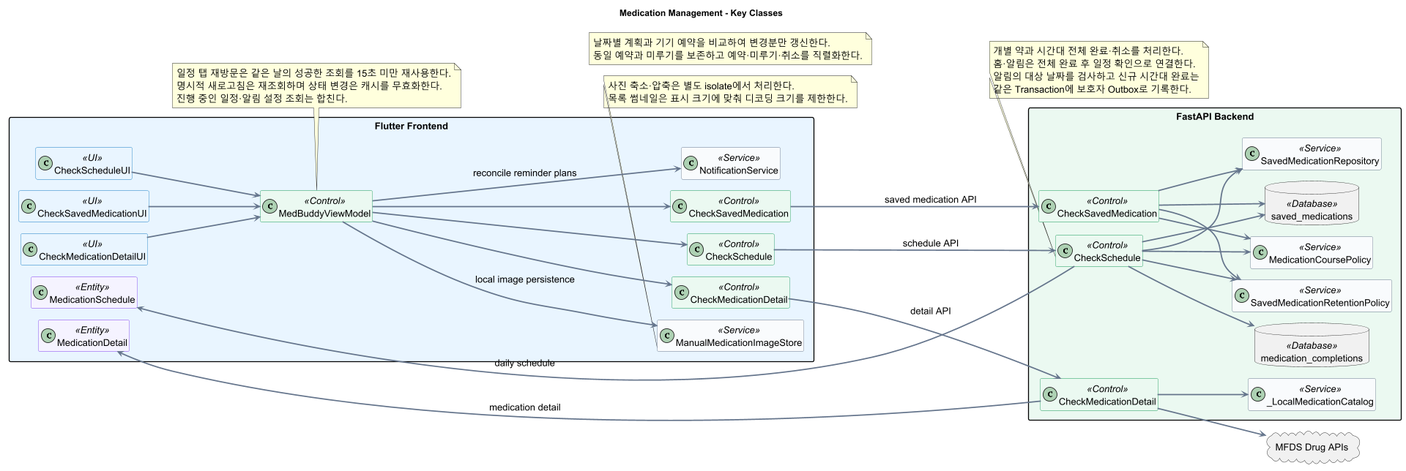
Above: docs/UML/class/03_MedicationManagement.png in 1window2/MedBuddy (PlantUML), before the change.
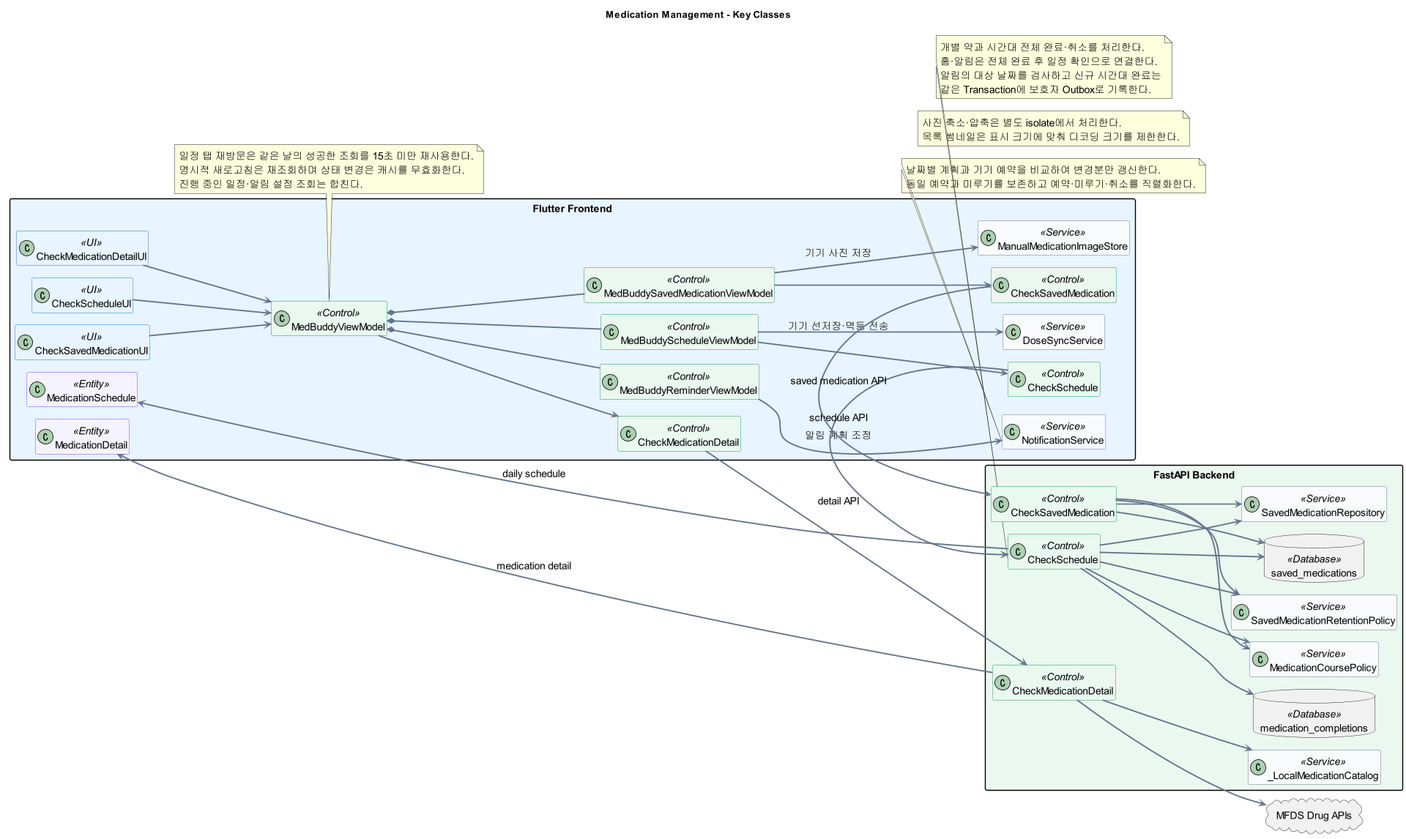
Above is the later version.

What changed in the source:
```diff
@@ -35,6 +35,10 @@
   class CheckSavedMedicationUI <<UI>>
   class CheckMedicationDetailUI <<UI>>
   class MedBuddyViewModel <<Control>>
+  class MedBuddyScheduleViewModel <<Control>>
+  class MedBuddySavedMedicationViewModel <<Control>>
+  class MedBuddyReminderViewModel <<Control>>
+  class DoseSyncService <<Service>>
   class NotificationService <<Service>>
   class ManualMedicationImageStore <<Service>>
   class "CheckSchedule" as FCheckSchedule <<Control>>
@@ -61,11 +65,15 @@
 CheckScheduleUI --> MedBuddyViewModel
 CheckSavedMedicationUI --> MedBuddyViewModel
 CheckMedicationDetailUI --> MedBuddyViewModel
-MedBuddyViewModel --> FCheckSchedule
-MedBuddyViewModel --> FCheckSavedMedication
+MedBuddyViewModel *-- MedBuddyScheduleViewModel
+MedBuddyViewModel *-- MedBuddySavedMedicationViewModel
+MedBuddyViewModel *-- MedBuddyReminderViewModel
+MedBuddyScheduleViewModel --> FCheckSchedule
+MedBuddyScheduleViewModel --> DoseSyncService : 기기 선저장·멱등 전송
+MedBuddySavedMedicationViewModel --> FCheckSavedMedication
 MedBuddyViewModel --> FCheckMedicationDetail
-MedBuddyViewModel --> NotificationService : reconcile reminder plans
-MedBuddyViewModel --> ManualMedicationImageStore : local image persistence
+MedBuddyReminderViewModel --> NotificationService : 알림 계획 조정
+MedBuddySavedMedicationViewModel --> ManualMedicationImageStore : 기기 사진 저장
 
 note bottom of MedBuddyViewModel
   일정 탭 재방문은 같은 날의 성공한 조회를 15초 미만 재사용한다.
```
